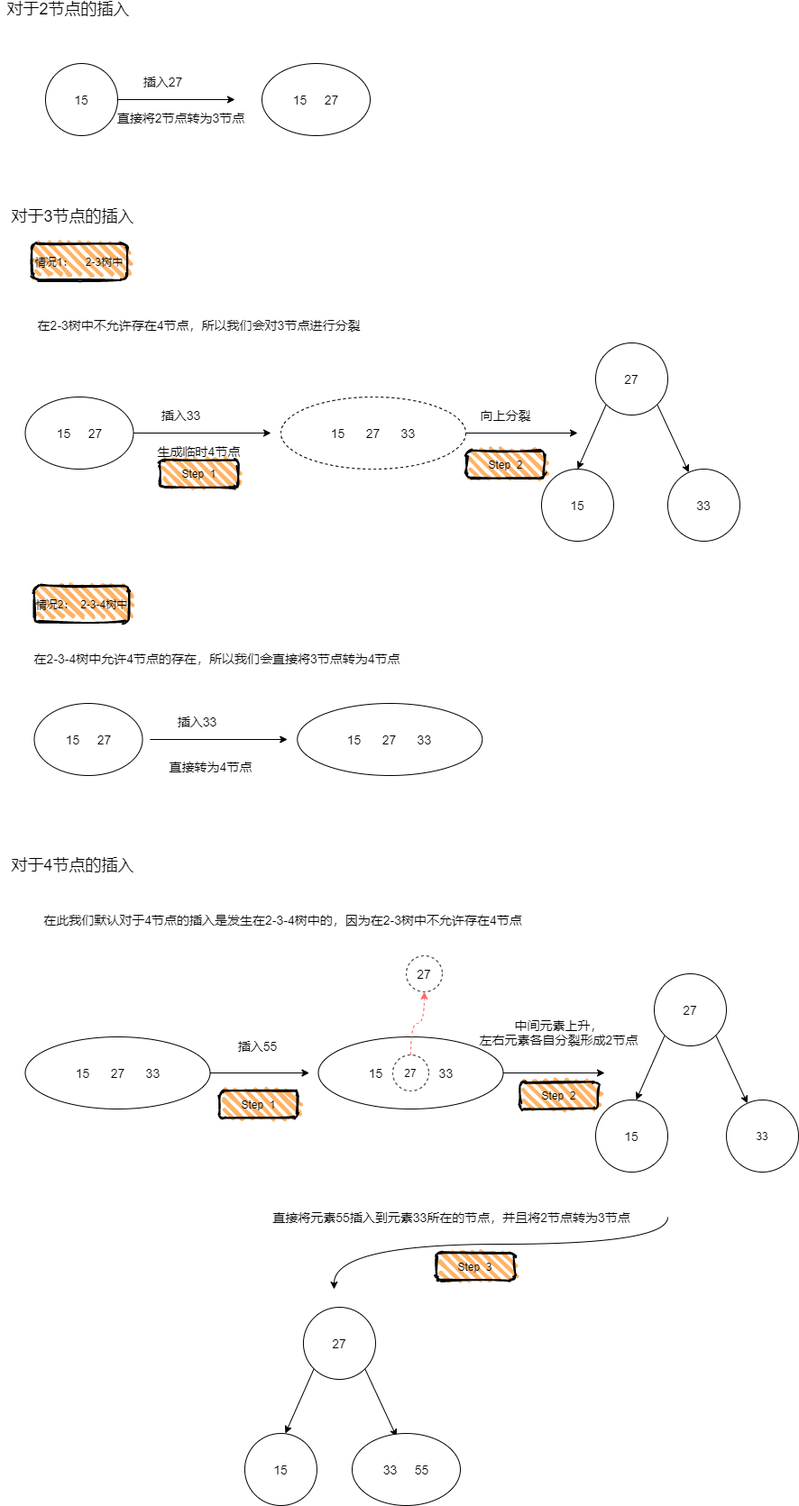
moonhui/DrawFiles keeps this draw.io diagram as InsertIfuckDraw.png. Above is the earlier version. Source tidied: cells renumbered, new cells last; positions are measured from the earlier drawing's top-left corner, leaving out a move shared by most shapes.
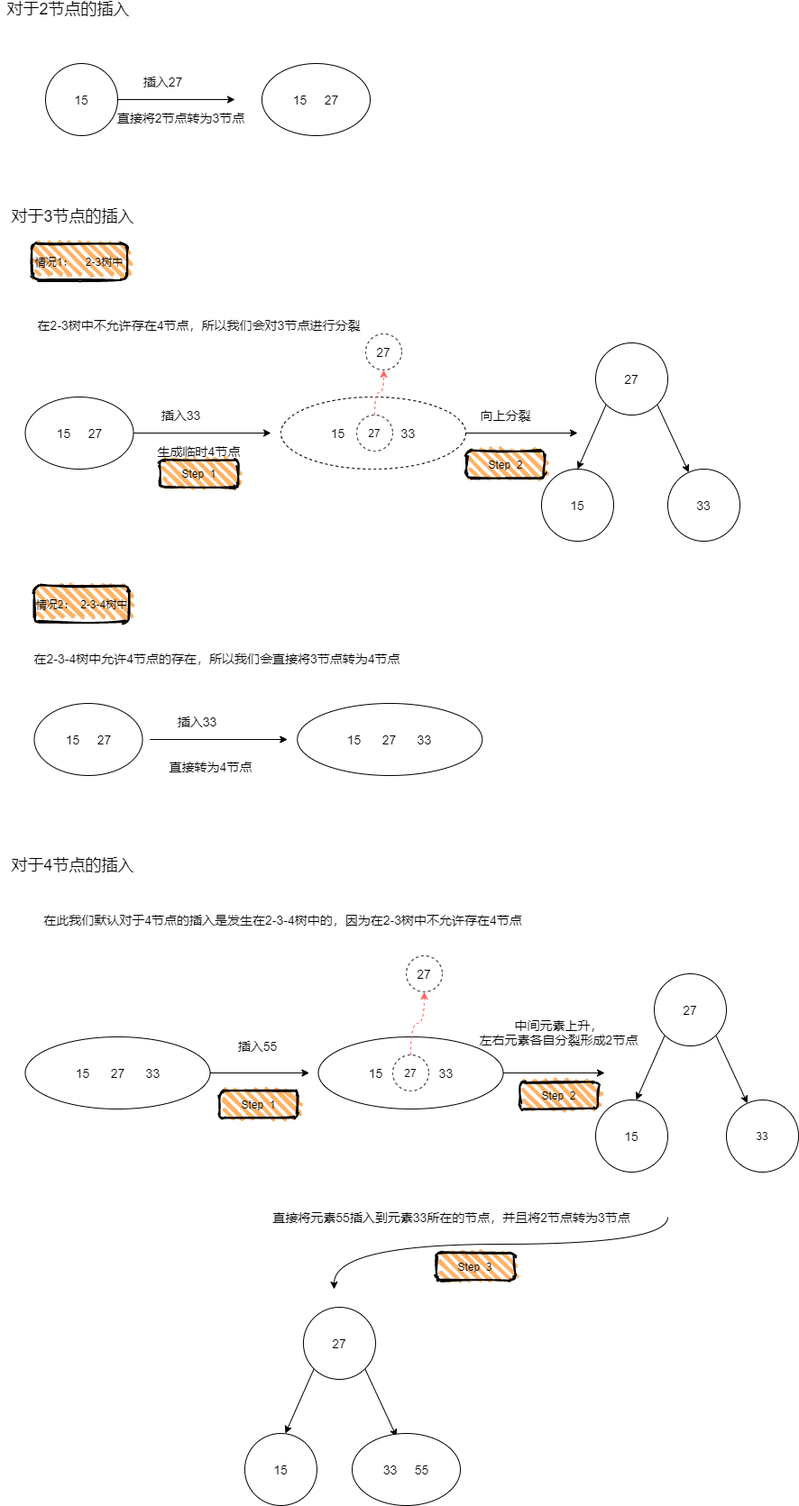
The same file after the commit.

Change to the diagram source:
```diff
@@ -196,5 +196,14 @@
     <mxCell id="57" value="Step&amp;nbsp; 2" style="rounded=1;whiteSpace=wrap;html=1;strokeWidth=2;fillWeight=4;hachureGap=8;hachureAngle=45;sketch=1;fillColor=#FFB366;" parent="1" vertex="1">
       <mxGeometry x="516.6" y="500" width="86.8" height="30" as="geometry" />
     </mxCell>
+    <mxCell id="58" value="27" style="ellipse;whiteSpace=wrap;html=1;fillColor=#FFFFFF;dashed=1;" parent="1" vertex="1">
+      <mxGeometry x="395" y="460" width="40" height="40" as="geometry" />
+    </mxCell>
+    <mxCell id="59" value="&lt;font style=&quot;font-size: 14px&quot;&gt;27&lt;/font&gt;" style="ellipse;whiteSpace=wrap;html=1;fillColor=#FFFFFF;dashed=1;" parent="1" vertex="1">
+      <mxGeometry x="405" y="370" width="40" height="40" as="geometry" />
+    </mxCell>
+    <mxCell id="60" style="endArrow=classic;html=1;entryX=0.5;entryY=1;entryDx=0;entryDy=0;edgeStyle=orthogonalEdgeStyle;curved=1;strokeColor=#FF6666;dashed=1;" parent="1" edge="1" source="58" target="59">
+      <mxGeometry relative="1" as="geometry" />
+    </mxCell>
   </root>
 </mxGraphModel>
```
